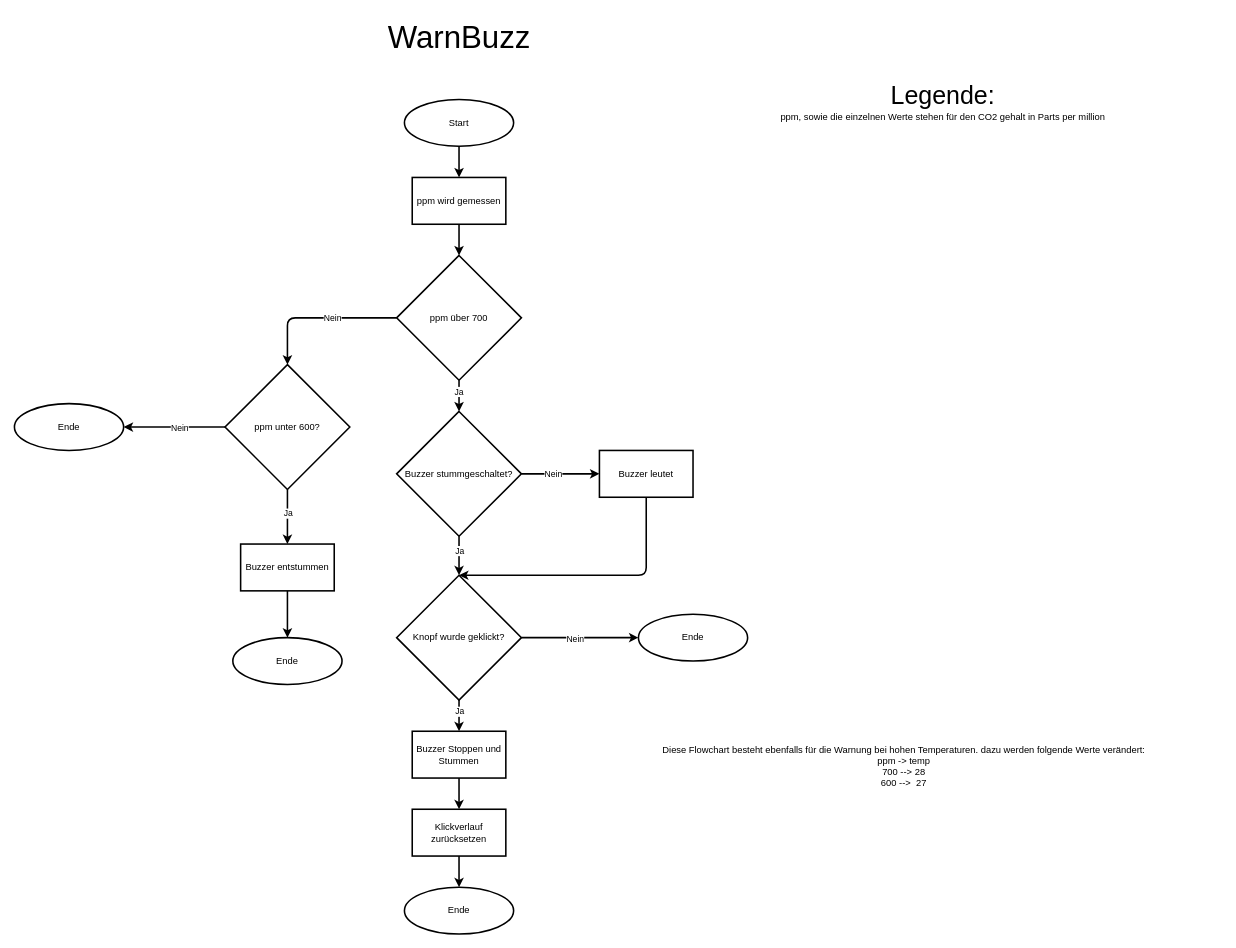
Above: Diagramme/SmartClock_WarnBuzz_V2.drawio in gbssg/ims.project.smartclock (draw.io), before the change. Source tidied: cells renumbered, new cells numbered last; positions are measured from the earlier drawing's top-left corner, leaving out a move shared by most shapes. Both pictures are drawn from the tidied source at 78%, with x=0, y=0 at pixel (14, 13).
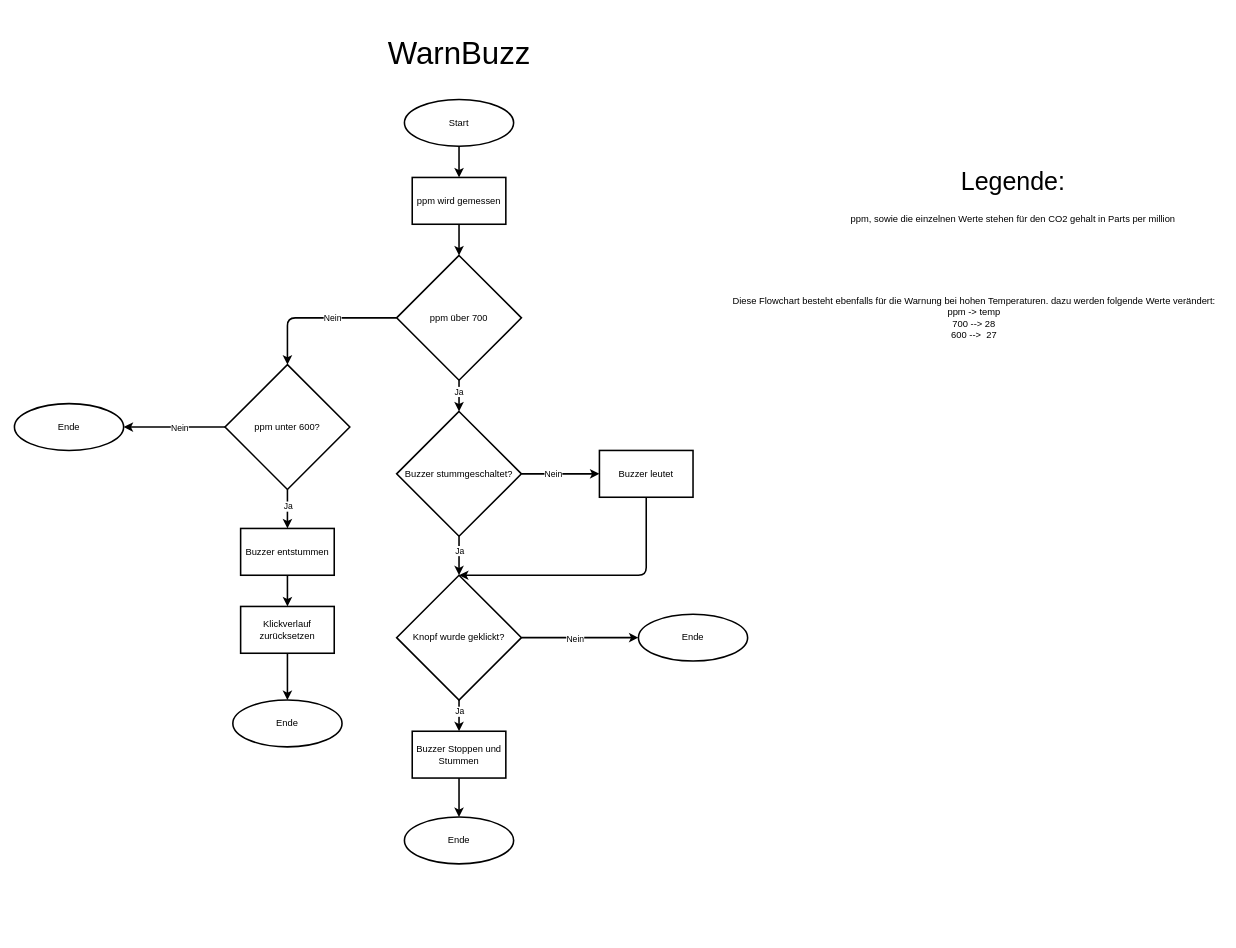
The same page after the edit.

Commit message (it also covers changes not shown here):
added Buzzer function V1

The change refers to these unchanged cells:
```xml
<mxCell id="16" value="Buzzer Stoppen und Stummen" style="whiteSpace=wrap;html=1;strokeWidth=2;" parent="1" vertex="1">
  <mxGeometry x="510" y="920" width="120" height="60" as="geometry" />
</mxCell>
```

What changed in the source:
```diff
@@
     <mxCell id="2" value="&lt;font style=&quot;font-size: 40px;&quot;&gt;WarnBuzz&lt;/font&gt;" style="text;html=1;align=center;verticalAlign=middle;strokeColor=none;fillColor=none;" parent="1" vertex="1">
-      <mxGeometry x="465" width="210" height="60" as="geometry" />
+      <mxGeometry x="465" y="20" width="210" height="60" as="geometry" />
     </mxCell>
@@
     <mxCell id="8" value="&lt;font style=&quot;font-size: 32px;&quot;&gt;Legende:&lt;/font&gt;" style="text;html=1;align=center;verticalAlign=middle;strokeColor=none;fillColor=none;" parent="1" vertex="1">
-      <mxGeometry x="1110" y="80" width="160" height="50" as="geometry" />
+      <mxGeometry x="1200" y="190" width="160" height="50" as="geometry" />
     </mxCell>
     <mxCell id="9" value="&lt;div&gt;ppm, sowie die einzelnen Werte stehen für den CO2 gehalt in Parts per million&lt;/div&gt;&lt;div&gt;&lt;br&gt;&lt;/div&gt;" style="text;html=1;align=center;verticalAlign=middle;strokeColor=none;fillColor=none;" parent="1" vertex="1">
-      <mxGeometry x="970" y="120" width="440" height="40" as="geometry" />
+      <mxGeometry x="1060" y="250" width="440" height="40" as="geometry" />
     </mxCell>
@@
-    <mxCell id="15" style="edgeStyle=orthogonalEdgeStyle;rounded=0;jettySize=auto;html=1;strokeWidth=2;" parent="1" edge="1" source="16" target="18">
-      <mxGeometry relative="1" as="geometry" />
-    </mxCell>
+    <mxCell id="42" style="edgeStyle=orthogonalEdgeStyle;rounded=0;jettySize=auto;html=1;strokeWidth=2;" parent="1" edge="1" source="16" target="41">
+      <mxGeometry relative="1" as="geometry" />
+    </mxCell>
@@
-    <mxCell id="17" style="edgeStyle=orthogonalEdgeStyle;rounded=0;jettySize=auto;html=1;strokeWidth=2;" parent="1" edge="1" source="18" target="41">
-      <mxGeometry relative="1" as="geometry" />
-    </mxCell>
-    <mxCell id="18" value="Klickverlauf zurücksetzen" style="whiteSpace=wrap;html=1;strokeWidth=2;" parent="1" vertex="1">
-      <mxGeometry x="510" y="1020" width="120" height="60" as="geometry" />
-    </mxCell>
@@
-    <mxCell id="26" style="edgeStyle=orthogonalEdgeStyle;rounded=0;jettySize=auto;html=1;strokeWidth=2;" parent="1" edge="1" source="27" target="40">
-      <mxGeometry relative="1" as="geometry" />
-    </mxCell>
+    <mxCell id="43" style="edgeStyle=orthogonalEdgeStyle;rounded=0;jettySize=auto;html=1;entryX=0.5;entryY=0;entryDx=0;entryDy=0;strokeWidth=2;" parent="1" edge="1" source="27" target="18">
+      <mxGeometry relative="1" as="geometry" />
+    </mxCell>
     <mxCell id="27" value="Buzzer entstummen" style="whiteSpace=wrap;html=1;strokeWidth=2;" parent="1" vertex="1">
-      <mxGeometry x="290" y="680" width="120" height="60" as="geometry" />
+      <mxGeometry x="290" y="660" width="120" height="60" as="geometry" />
     </mxCell>
@@
     <mxCell id="35" value="&lt;div&gt;Diese Flowchart besteht ebenfalls für die Warnung bei hohen Temperaturen. dazu werden folgende Werte verändert:&lt;/div&gt;&lt;div&gt;ppm -&amp;gt; temp&lt;/div&gt;&lt;div&gt;700 --&amp;gt; 28&lt;/div&gt;&lt;div&gt;600 --&amp;gt;&amp;nbsp; 27&lt;/div&gt;" style="text;html=1;align=center;verticalAlign=middle;strokeColor=none;fillColor=none;" parent="1" vertex="1">
-      <mxGeometry x="820" y="930" width="640" height="70" as="geometry" />
+      <mxGeometry x="910" y="355" width="640" height="70" as="geometry" />
     </mxCell>
@@
     <mxCell id="40" value="Ende" style="strokeWidth=2;html=1;shape=mxgraph.flowchart.start_1;whiteSpace=wrap;" parent="1" vertex="1">
-      <mxGeometry x="280" y="800" width="140" height="60" as="geometry" />
+      <mxGeometry x="280" y="880" width="140" height="60" as="geometry" />
     </mxCell>
     <mxCell id="41" value="Ende" style="strokeWidth=2;html=1;shape=mxgraph.flowchart.start_1;whiteSpace=wrap;" parent="1" vertex="1">
-      <mxGeometry x="500" y="1120" width="140" height="60" as="geometry" />
+      <mxGeometry x="500" y="1030" width="140" height="60" as="geometry" />
     </mxCell>
+    <mxCell id="44" style="edgeStyle=orthogonalEdgeStyle;rounded=0;jettySize=auto;html=1;strokeWidth=2;" parent="1" edge="1" source="18" target="40">
+      <mxGeometry relative="1" as="geometry" />
+    </mxCell>
+    <mxCell id="18" value="Klickverlauf zurücksetzen" style="whiteSpace=wrap;html=1;strokeWidth=2;" parent="1" vertex="1">
+      <mxGeometry x="290" y="760" width="120" height="60" as="geometry" />
+    </mxCell>
```
